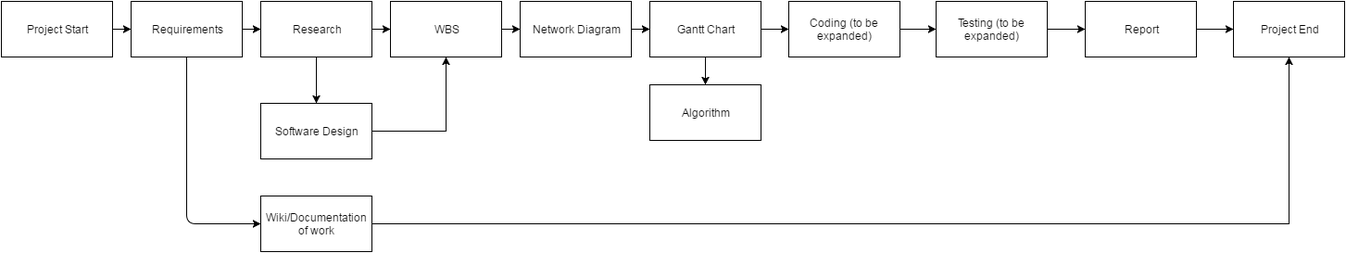
Earlier version of the draw.io export Network Diagram.png (JohPa8696/Softeng306-Project1). Source tidied: cells renumbered, new cells last; positions are measured from the earlier drawing's top-left corner, leaving out a move shared by most shapes.
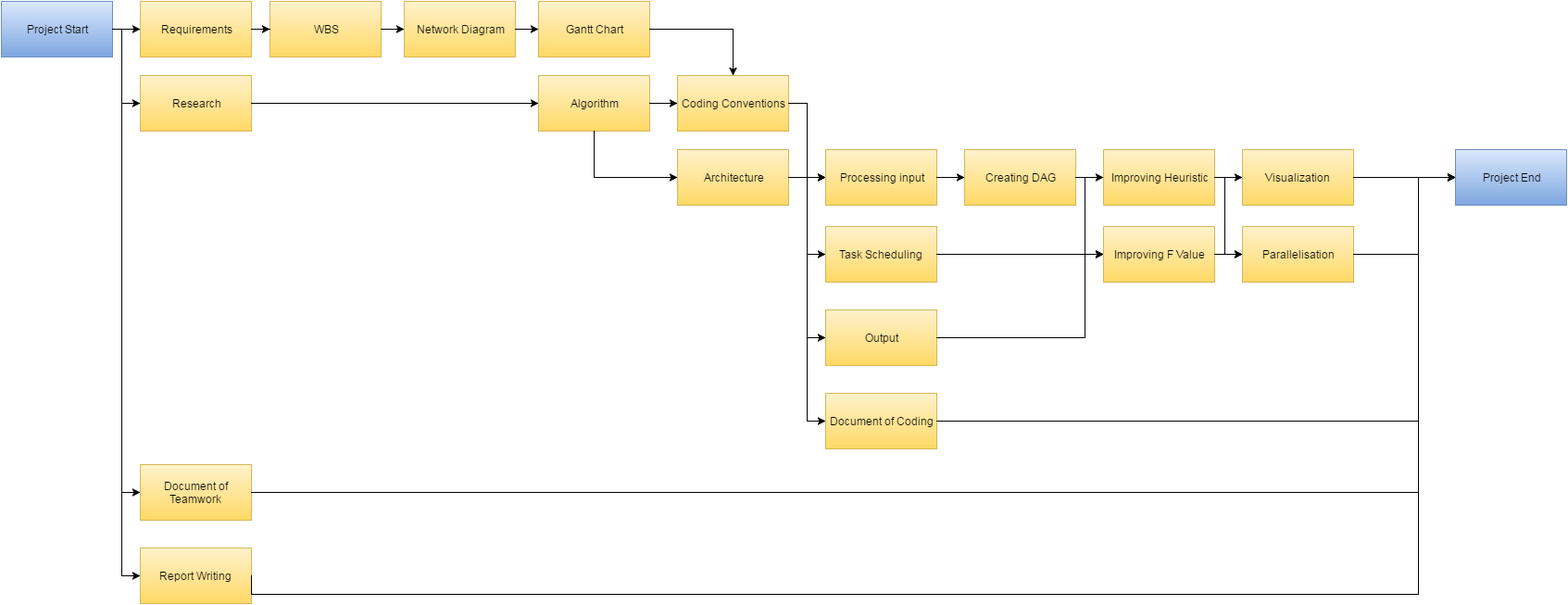
After the change.

Commit message:
Updated network diagram

Diff of the diagram source:
```diff
@@ -2,96 +2,215 @@
   <root>
     <mxCell id="0" />
     <mxCell id="1" parent="0" />
-    <mxCell id="2" value="Requirements" style="whiteSpace=wrap;html=1;" parent="1" vertex="1">
+    <mxCell id="2" value="Requirements" style="whiteSpace=wrap;html=1;plain-yellow;" parent="1" vertex="1">
       <mxGeometry x="140" width="120" height="60" as="geometry" />
     </mxCell>
-    <mxCell id="3" value="WBS" style="whiteSpace=wrap;html=1;" parent="1" vertex="1">
-      <mxGeometry x="420" width="120" height="60" as="geometry" />
+    <mxCell id="3" value="WBS" style="whiteSpace=wrap;html=1;plain-yellow;" parent="1" vertex="1">
+      <mxGeometry x="280" width="120" height="60" as="geometry" />
     </mxCell>
-    <mxCell id="4" value="Network Diagram" style="whiteSpace=wrap;html=1;" parent="1" vertex="1">
-      <mxGeometry x="560" width="120" height="60" as="geometry" />
+    <mxCell id="4" value="Network Diagram" style="whiteSpace=wrap;html=1;plain-yellow;" parent="1" vertex="1">
+      <mxGeometry x="425" width="120" height="60" as="geometry" />
     </mxCell>
-    <mxCell id="5" style="edgeStyle=orthogonalEdgeStyle;rounded=0;html=1;jettySize=auto;" parent="1" edge="1" source="3" target="4">
-      <mxGeometry relative="1" as="geometry" />
-    </mxCell>
-    <mxCell id="6" style="edgeStyle=orthogonalEdgeStyle;rounded=0;html=1;jettySize=auto;" parent="1" edge="1" source="7" target="8">
-      <mxGeometry relative="1" as="geometry" />
-    </mxCell>
-    <mxCell id="7" value="Gantt Chart" style="whiteSpace=wrap;html=1;" parent="1" vertex="1">
-      <mxGeometry x="700" width="120" height="60" as="geometry" />
+    <mxCell id="7" value="Gantt Chart" style="whiteSpace=wrap;html=1;plain-yellow;" parent="1" vertex="1">
+      <mxGeometry x="570" width="120" height="60" as="geometry" />
     </mxCell>
-    <mxCell id="8" value="Algorithm" style="whiteSpace=wrap;html=1;" parent="1" vertex="1">
-      <mxGeometry x="700" y="90" width="120" height="60" as="geometry" />
+    <mxCell id="8" value="Coding Conventions" style="whiteSpace=wrap;html=1;plain-yellow;" parent="1" vertex="1">
+      <mxGeometry x="720" y="80" width="120" height="60" as="geometry" />
     </mxCell>
-    <mxCell id="9" style="edgeStyle=orthogonalEdgeStyle;rounded=0;html=1;jettySize=auto;" parent="1" edge="1" source="4" target="7">
-      <mxGeometry relative="1" as="geometry" />
-    </mxCell>
-    <mxCell id="10" value="Software Design" style="whiteSpace=wrap;html=1;" parent="1" vertex="1">
-      <mxGeometry x="280" y="110" width="120" height="60" as="geometry" />
+    <mxCell id="10" value="Algorithm" style="whiteSpace=wrap;html=1;plain-yellow;" parent="1" vertex="1">
+      <mxGeometry x="570" y="80" width="120" height="60" as="geometry" />
     </mxCell>
-    <mxCell id="11" value="Project Start" style="whiteSpace=wrap;html=1;" parent="1" vertex="1">
-      <mxGeometry width="120" height="60" as="geometry" />
+    <mxCell id="11" value="Project Start" style="whiteSpace=wrap;html=1;plain-blue;" parent="1" vertex="1">
+      <mxGeometry x="-10" width="120" height="60" as="geometry" />
     </mxCell>
+    <mxCell id="13" value="Research" style="whiteSpace=wrap;html=1;plain-yellow;" parent="1" vertex="1">
+      <mxGeometry x="140" y="80" width="120" height="60" as="geometry" />
+    </mxCell>
+    <mxCell id="18" value="Architecture" style="whiteSpace=wrap;html=1;plain-yellow;" parent="1" vertex="1">
+      <mxGeometry x="720" y="160" width="120" height="60" as="geometry" />
+    </mxCell>
+    <mxCell id="22" value="Report Writing" style="whiteSpace=wrap;html=1;plain-yellow;" parent="1" vertex="1">
+      <mxGeometry x="140" y="590" width="120" height="60" as="geometry" />
+    </mxCell>
+    <mxCell id="25" value="Project End" style="whiteSpace=wrap;html=1;plain-blue;" parent="1" vertex="1">
+      <mxGeometry x="1560" y="160" width="120" height="60" as="geometry" />
+    </mxCell>
+    <mxCell id="29" value="Processing input" style="whiteSpace=wrap;html=1;plain-yellow;" parent="1" vertex="1">
+      <mxGeometry x="880" y="160" width="120" height="60" as="geometry" />
+    </mxCell>
+    <mxCell id="30" value="Creating DAG" style="whiteSpace=wrap;html=1;plain-yellow;" parent="1" vertex="1">
+      <mxGeometry x="1030" y="160" width="120" height="60" as="geometry" />
+    </mxCell>
+    <mxCell id="31" value="Task Scheduling" style="whiteSpace=wrap;html=1;plain-yellow;" parent="1" vertex="1">
+      <mxGeometry x="880" y="243" width="120" height="60" as="geometry" />
+    </mxCell>
+    <mxCell id="32" value="Output" style="whiteSpace=wrap;html=1;plain-yellow;" parent="1" vertex="1">
+      <mxGeometry x="880" y="333" width="120" height="60" as="geometry" />
+    </mxCell>
+    <mxCell id="33" value="Improving F Value" style="whiteSpace=wrap;html=1;plain-yellow;" parent="1" vertex="1">
+      <mxGeometry x="1180" y="243" width="120" height="60" as="geometry" />
+    </mxCell>
+    <mxCell id="34" value="Improving Heuristic" style="whiteSpace=wrap;html=1;plain-yellow;" parent="1" vertex="1">
+      <mxGeometry x="1180" y="160" width="120" height="60" as="geometry" />
+    </mxCell>
+    <mxCell id="35" value="Document of Coding" style="whiteSpace=wrap;html=1;plain-yellow;" parent="1" vertex="1">
+      <mxGeometry x="880" y="423" width="120" height="60" as="geometry" />
+    </mxCell>
+    <mxCell id="36" value="Document of Teamwork" style="whiteSpace=wrap;html=1;plain-yellow;" parent="1" vertex="1">
+      <mxGeometry x="140" y="500" width="120" height="60" as="geometry" />
+    </mxCell>
     <mxCell id="12" style="edgeStyle=orthogonalEdgeStyle;rounded=0;html=1;jettySize=auto;" parent="1" edge="1" source="11" target="2">
       <mxGeometry relative="1" as="geometry" />
     </mxCell>
-    <mxCell id="13" value="Research" style="whiteSpace=wrap;html=1;" parent="1" vertex="1">
-      <mxGeometry x="280" width="120" height="60" as="geometry" />
-    </mxCell>
-    <mxCell id="14" style="edgeStyle=orthogonalEdgeStyle;rounded=0;html=1;jettySize=auto;" parent="1" edge="1" source="13" target="3">
-      <mxGeometry relative="1" as="geometry" />
-    </mxCell>
-    <mxCell id="15" style="edgeStyle=orthogonalEdgeStyle;rounded=0;html=1;jettySize=auto;" parent="1" edge="1" source="2" target="13">
-      <mxGeometry relative="1" as="geometry" />
-    </mxCell>
+    <mxCell id="37" style="edgeStyle=orthogonalEdgeStyle;rounded=0;html=1;jettySize=auto;" parent="1" edge="1" source="2" target="3">
+      <mxGeometry relative="1" as="geometry" />
+    </mxCell>
+    <mxCell id="5" style="edgeStyle=orthogonalEdgeStyle;rounded=0;html=1;jettySize=auto;" parent="1" edge="1" source="3" target="4">
+      <mxGeometry relative="1" as="geometry" />
+    </mxCell>
+    <mxCell id="9" style="edgeStyle=orthogonalEdgeStyle;rounded=0;html=1;jettySize=auto;" parent="1" edge="1" source="4" target="7">
+      <mxGeometry relative="1" as="geometry" />
+    </mxCell>
+    <mxCell id="6" style="edgeStyle=orthogonalEdgeStyle;rounded=0;html=1;exitX=1;exitY=0.5;entryX=0.5;entryY=0;jettySize=auto;" parent="1" edge="1" source="7" target="8">
+      <mxGeometry relative="1" as="geometry" />
+    </mxCell>
+    <mxCell id="38" style="edgeStyle=orthogonalEdgeStyle;rounded=0;html=1;exitX=1;exitY=0.5;entryX=0;entryY=0.5;jettySize=auto;" parent="1" edge="1" source="10" target="8">
+      <mxGeometry relative="1" as="geometry" />
+    </mxCell>
+    <mxCell id="39" style="edgeStyle=orthogonalEdgeStyle;rounded=0;html=1;exitX=0.5;exitY=1;entryX=0;entryY=0.5;jettySize=auto;" parent="1" edge="1" source="10" target="18">
+      <mxGeometry relative="1" as="geometry" />
+    </mxCell>
+    <mxCell id="40" style="edgeStyle=orthogonalEdgeStyle;rounded=0;html=1;exitX=1;exitY=0.5;entryX=0;entryY=0.5;jettySize=auto;" parent="1" edge="1" source="18" target="29">
+      <mxGeometry relative="1" as="geometry" />
+    </mxCell>
+    <mxCell id="41" style="edgeStyle=orthogonalEdgeStyle;rounded=0;html=1;exitX=1;exitY=0.5;jettySize=auto;" parent="1" edge="1" source="8">
+      <mxGeometry relative="1" as="geometry">
+        <mxPoint x="880" y="190" as="targetPoint" />
+        <Array as="points">
+          <mxPoint x="860" y="110" />
+          <mxPoint x="860" y="190" />
+        </Array>
+      </mxGeometry>
+    </mxCell>
+    <mxCell id="42" style="edgeStyle=orthogonalEdgeStyle;rounded=0;html=1;exitX=1;exitY=0.5;entryX=0;entryY=0.5;jettySize=auto;" parent="1" edge="1" source="29" target="30">
+      <mxGeometry relative="1" as="geometry" />
+    </mxCell>
+    <mxCell id="43" style="edgeStyle=orthogonalEdgeStyle;rounded=0;html=1;exitX=1;exitY=0.5;entryX=0;entryY=0.5;jettySize=auto;" parent="1" edge="1" source="18" target="31">
+      <mxGeometry relative="1" as="geometry" />
+    </mxCell>
+    <mxCell id="44" style="edgeStyle=orthogonalEdgeStyle;rounded=0;html=1;exitX=1;exitY=0.5;entryX=0;entryY=0.5;jettySize=auto;" parent="1" edge="1" source="18" target="32">
+      <mxGeometry relative="1" as="geometry" />
+    </mxCell>
+    <mxCell id="45" style="edgeStyle=orthogonalEdgeStyle;rounded=0;html=1;jettySize=auto;" parent="1" edge="1" source="30" target="34">
+      <mxGeometry relative="1" as="geometry" />
+    </mxCell>
+    <mxCell id="46" style="edgeStyle=orthogonalEdgeStyle;rounded=0;html=1;exitX=1;exitY=0.5;entryX=0;entryY=0.5;jettySize=auto;" parent="1" edge="1" source="31" target="33">
+      <mxGeometry relative="1" as="geometry" />
+    </mxCell>
+    <mxCell id="47" style="edgeStyle=orthogonalEdgeStyle;rounded=0;html=1;exitX=1;exitY=0.5;entryX=0;entryY=0.5;jettySize=auto;" parent="1" edge="1" source="30" target="33">
+      <mxGeometry relative="1" as="geometry">
+        <Array as="points">
+          <mxPoint x="1160" y="190" />
+          <mxPoint x="1160" y="273" />
+        </Array>
+      </mxGeometry>
+    </mxCell>
+    <mxCell id="48" style="edgeStyle=orthogonalEdgeStyle;rounded=0;html=1;exitX=1;exitY=0.5;entryX=0;entryY=0.5;jettySize=auto;" parent="1" edge="1" source="32" target="33">
+      <mxGeometry relative="1" as="geometry">
+        <Array as="points">
+          <mxPoint x="1160" y="363" />
+          <mxPoint x="1160" y="273" />
+        </Array>
+      </mxGeometry>
+    </mxCell>
+    <mxCell id="49" value="Visualization" style="whiteSpace=wrap;html=1;plain-yellow;" parent="1" vertex="1">
+      <mxGeometry x="1330" y="160" width="120" height="60" as="geometry" />
+    </mxCell>
+    <mxCell id="50" value="Parallelisation" style="whiteSpace=wrap;html=1;plain-yellow;" parent="1" vertex="1">
+      <mxGeometry x="1330" y="243" width="120" height="60" as="geometry" />
+    </mxCell>
+    <mxCell id="51" style="edgeStyle=orthogonalEdgeStyle;rounded=0;html=1;exitX=1;exitY=0.5;entryX=0;entryY=0.5;jettySize=auto;" parent="1" edge="1" source="11" target="13">
+      <mxGeometry relative="1" as="geometry">
+        <Array as="points">
+          <mxPoint x="120" y="30" />
+          <mxPoint x="120" y="110" />
+        </Array>
+      </mxGeometry>
+    </mxCell>
-    <mxCell id="16" style="edgeStyle=orthogonalEdgeStyle;rounded=0;html=1;jettySize=auto;" parent="1" edge="1" source="13" target="10">
+    <mxCell id="16" style="edgeStyle=orthogonalEdgeStyle;rounded=0;html=1;exitX=1;exitY=0.5;entryX=0;entryY=0.5;jettySize=auto;" parent="1" edge="1" source="13" target="10">
       <mxGeometry relative="1" as="geometry" />
     </mxCell>
-    <mxCell id="17" style="edgeStyle=orthogonalEdgeStyle;rounded=0;html=1;jettySize=auto;entryX=0.5;entryY=1;" parent="1" edge="1" source="10" target="3">
-      <mxGeometry relative="1" as="geometry">
-        <Array as="points">
-          <mxPoint x="480" y="140" />
-        </Array>
-      </mxGeometry>
-    </mxCell>
-    <mxCell id="18" value="Coding (to be expanded)" style="whiteSpace=wrap;html=1;" parent="1" vertex="1">
-      <mxGeometry x="850" width="120" height="60" as="geometry" />
-    </mxCell>
-    <mxCell id="19" style="edgeStyle=orthogonalEdgeStyle;rounded=0;html=1;jettySize=auto;" parent="1" edge="1" source="7" target="18">
-      <mxGeometry relative="1" as="geometry" />
-    </mxCell>
-    <mxCell id="20" value="Testing (to be expanded)" style="whiteSpace=wrap;html=1;" parent="1" vertex="1">
-      <mxGeometry x="1009" width="120" height="60" as="geometry" />
-    </mxCell>
-    <mxCell id="21" style="edgeStyle=orthogonalEdgeStyle;rounded=0;html=1;jettySize=auto;" parent="1" edge="1" source="18" target="20">
-      <mxGeometry relative="1" as="geometry" />
-    </mxCell>
-    <mxCell id="22" value="Wiki/Documentation of work" style="whiteSpace=wrap;html=1;" parent="1" vertex="1">
-      <mxGeometry x="280" y="210" width="120" height="60" as="geometry" />
-    </mxCell>
-    <mxCell id="23" value="Report" style="whiteSpace=wrap;html=1;" parent="1" vertex="1">
-      <mxGeometry x="1170" width="120" height="60" as="geometry" />
-    </mxCell>
-    <mxCell id="24" style="endArrow=classic;html=1;entryX=0;entryY=0.5;exitX=0.5;exitY=1;" parent="1" edge="1" source="2" target="22">
-      <mxGeometry relative="1" as="geometry">
-        <Array as="points">
-          <mxPoint x="200" y="240" />
-        </Array>
-      </mxGeometry>
-    </mxCell>
-    <mxCell id="25" value="Project End" style="whiteSpace=wrap;html=1;" parent="1" vertex="1">
-      <mxGeometry x="1330" width="120" height="60" as="geometry" />
-    </mxCell>
-    <mxCell id="26" style="edgeStyle=orthogonalEdgeStyle;rounded=0;html=1;jettySize=auto;" parent="1" edge="1" source="20" target="23">
-      <mxGeometry relative="1" as="geometry" />
-    </mxCell>
-    <mxCell id="27" style="edgeStyle=orthogonalEdgeStyle;rounded=0;html=1;jettySize=auto;" parent="1" edge="1" source="23" target="25">
-      <mxGeometry relative="1" as="geometry" />
-    </mxCell>
+    <mxCell id="52" style="edgeStyle=orthogonalEdgeStyle;rounded=0;html=1;exitX=1;exitY=0.5;entryX=0;entryY=0.5;jettySize=auto;" parent="1" edge="1" source="11" target="36">
+      <mxGeometry relative="1" as="geometry">
+        <Array as="points">
+          <mxPoint x="120" y="30" />
+          <mxPoint x="120" y="530" />
+        </Array>
+      </mxGeometry>
+    </mxCell>
+    <mxCell id="53" style="edgeStyle=orthogonalEdgeStyle;rounded=0;html=1;exitX=1;exitY=0.5;entryX=0;entryY=0.5;jettySize=auto;" parent="1" edge="1" source="18" target="35">
+      <mxGeometry relative="1" as="geometry" />
+    </mxCell>
+    <mxCell id="54" style="edgeStyle=orthogonalEdgeStyle;rounded=0;html=1;exitX=1;exitY=0.5;jettySize=auto;entryX=0;entryY=0.5;" parent="1" edge="1" source="35" target="25">
+      <mxGeometry relative="1" as="geometry">
+        <Array as="points">
+          <mxPoint x="1520" y="453" />
+          <mxPoint x="1520" y="190" />
+        </Array>
+      </mxGeometry>
+    </mxCell>
+    <mxCell id="55" style="edgeStyle=orthogonalEdgeStyle;rounded=0;html=1;exitX=1;exitY=0.5;entryX=0;entryY=0.5;jettySize=auto;" parent="1" edge="1" source="34" target="49">
+      <mxGeometry relative="1" as="geometry" />
+    </mxCell>
+    <mxCell id="56" style="edgeStyle=orthogonalEdgeStyle;rounded=0;html=1;exitX=1;exitY=0.5;entryX=0;entryY=0.5;jettySize=auto;" parent="1" edge="1" source="33" target="50">
+      <mxGeometry relative="1" as="geometry" />
+    </mxCell>
+    <mxCell id="57" style="edgeStyle=orthogonalEdgeStyle;rounded=0;html=1;exitX=1;exitY=0.5;entryX=0;entryY=0.5;jettySize=auto;" parent="1" edge="1" source="34" target="50">
+      <mxGeometry relative="1" as="geometry">
+        <Array as="points">
+          <mxPoint x="1311" y="190" />
+          <mxPoint x="1311" y="273" />
+        </Array>
+      </mxGeometry>
+    </mxCell>
+    <mxCell id="58" style="edgeStyle=orthogonalEdgeStyle;rounded=0;html=1;exitX=1;exitY=0.5;entryX=0;entryY=0.5;jettySize=auto;" parent="1" edge="1" source="49" target="25">
+      <mxGeometry relative="1" as="geometry">
+        <Array as="points">
+          <mxPoint x="1490" y="190" />
+          <mxPoint x="1490" y="190" />
+        </Array>
+      </mxGeometry>
+    </mxCell>
+    <mxCell id="59" style="edgeStyle=orthogonalEdgeStyle;rounded=0;html=1;exitX=1;exitY=0.5;entryX=0;entryY=0.5;jettySize=auto;" parent="1" edge="1" source="50" target="25">
+      <mxGeometry relative="1" as="geometry">
+        <Array as="points">
+          <mxPoint x="1520" y="273" />
+          <mxPoint x="1520" y="190" />
+        </Array>
+      </mxGeometry>
+    </mxCell>
+    <mxCell id="60" style="edgeStyle=orthogonalEdgeStyle;rounded=0;html=1;exitX=1;exitY=0.5;entryX=0;entryY=0.5;jettySize=auto;" parent="1" edge="1" source="11" target="22">
+      <mxGeometry relative="1" as="geometry">
+        <Array as="points">
+          <mxPoint x="120" y="30" />
+          <mxPoint x="120" y="620" />
+        </Array>
+      </mxGeometry>
+    </mxCell>
+    <mxCell id="61" style="edgeStyle=orthogonalEdgeStyle;rounded=0;html=1;exitX=1;exitY=0.5;entryX=0;entryY=0.5;jettySize=auto;" parent="1" edge="1" source="36" target="25">
+      <mxGeometry relative="1" as="geometry">
+        <Array as="points">
+          <mxPoint x="1520" y="530" />
+          <mxPoint x="1520" y="190" />
+        </Array>
+      </mxGeometry>
+    </mxCell>
-    <mxCell id="28" style="edgeStyle=orthogonalEdgeStyle;rounded=0;html=1;jettySize=auto;entryX=0.5;entryY=1;" parent="1" edge="1" source="22" target="25">
+    <mxCell id="28" style="edgeStyle=orthogonalEdgeStyle;rounded=0;html=1;exitX=1;exitY=0.5;jettySize=auto;entryX=0;entryY=0.5;" parent="1" edge="1" source="22" target="25">
       <mxGeometry relative="1" as="geometry">
         <Array as="points">
-          <mxPoint x="1390" y="240" />
+          <mxPoint x="260" y="640" />
+          <mxPoint x="1520" y="640" />
+          <mxPoint x="1520" y="190" />
         </Array>
       </mxGeometry>
     </mxCell>
```
